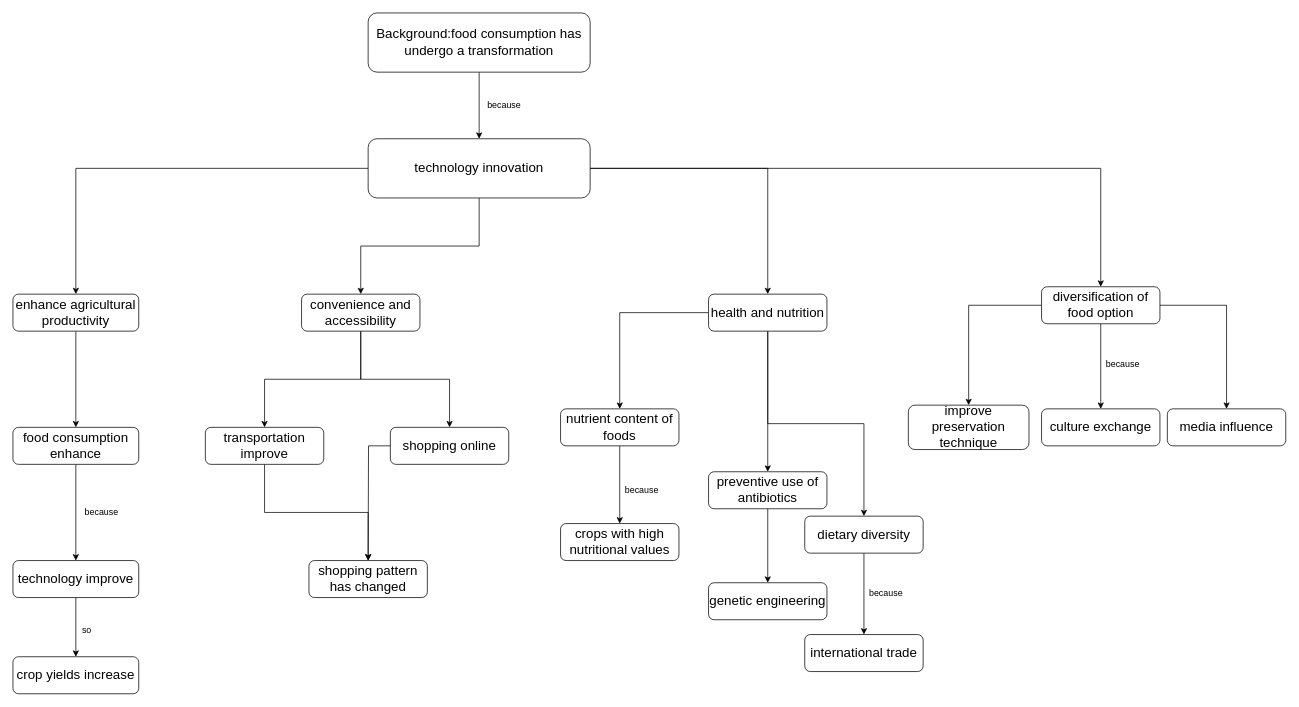
Before: taxtmap.drawio in Hu1999824/hello-world, a draw.io diagram. Source tidied: cells renumbered, new cells numbered last; positions are measured from the earlier drawing's top-left corner, leaving out a move shared by most shapes. Both pictures are drawn from the tidied source at 74%, with x=0, y=0 at pixel (13, 13).
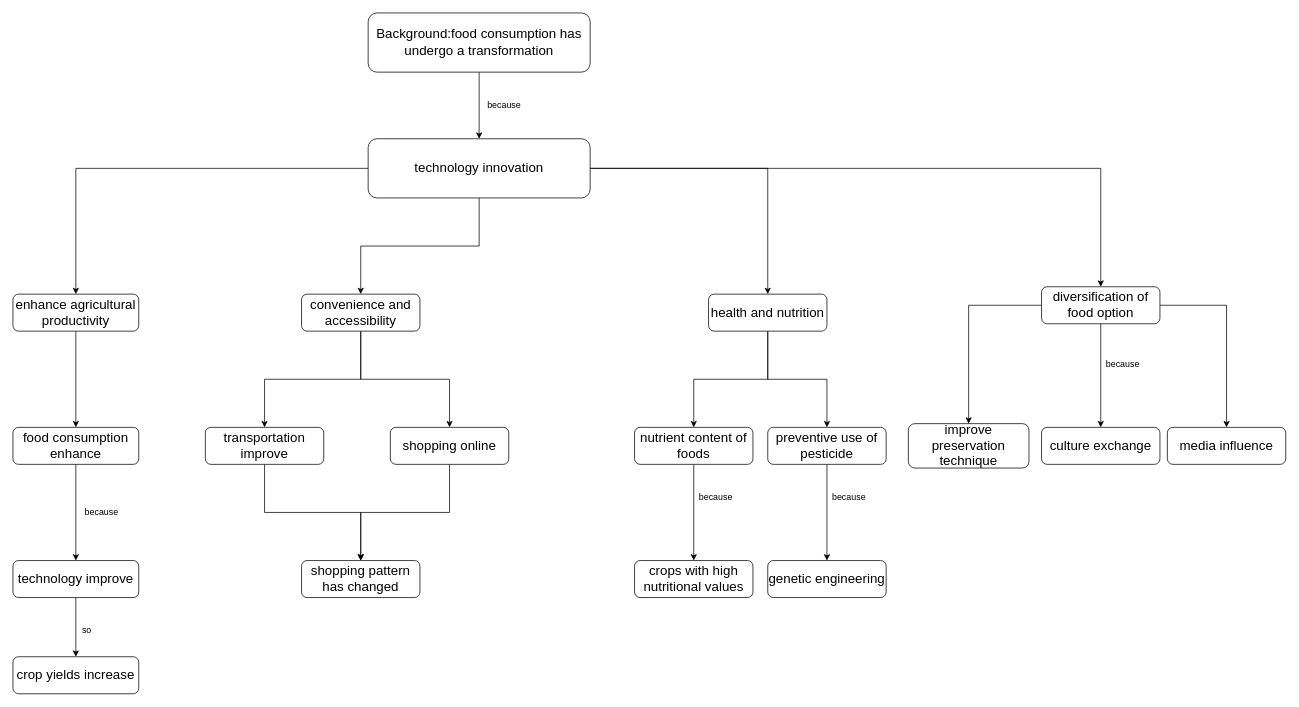
After the change.

The change refers to these unchanged cells:
```xml
<mxCell id="20" value="&lt;font style=&quot;font-size: 18px;&quot;&gt;transportation improve&lt;/font&gt;" style="rounded=1;whiteSpace=wrap;html=1;fontSize=12;glass=0;strokeWidth=1;shadow=0;" parent="1" vertex="1">
  <mxGeometry x="260" y="560" width="160" height="50" as="geometry" />
</mxCell>
<mxCell id="22" value="&lt;font style=&quot;font-size: 18px;&quot;&gt;shopping online&lt;/font&gt;" style="rounded=1;whiteSpace=wrap;html=1;fontSize=12;glass=0;strokeWidth=1;shadow=0;" parent="1" vertex="1">
  <mxGeometry x="510" y="560" width="160" height="50" as="geometry" />
</mxCell>
<mxCell id="27" value="&lt;font style=&quot;font-size: 18px;&quot;&gt;health and nutrition&lt;/font&gt;" style="rounded=1;whiteSpace=wrap;html=1;fontSize=12;glass=0;strokeWidth=1;shadow=0;" parent="1" vertex="1">
  <mxGeometry x="940" y="380" width="160" height="50" as="geometry" />
</mxCell>
```

Change to the diagram source:
```diff
@@
-    <mxCell id="19" style="edgeStyle=orthogonalEdgeStyle;rounded=0;jettySize=auto;html=1;" parent="1" edge="1" source="20" target="23">
+    <mxCell id="19" style="edgeStyle=orthogonalEdgeStyle;rounded=0;jettySize=auto;html=1;entryX=0.5;entryY=0;entryDx=0;entryDy=0;" parent="1" edge="1" source="20" target="23">
       <mxGeometry relative="1" as="geometry" />
     </mxCell>
@@
-    <mxCell id="21" style="edgeStyle=orthogonalEdgeStyle;rounded=0;jettySize=auto;html=1;" parent="1" edge="1" source="22">
-      <mxGeometry relative="1" as="geometry">
-        <mxPoint x="480" y="740" as="targetPoint" />
-      </mxGeometry>
-    </mxCell>
+    <mxCell id="50" style="edgeStyle=orthogonalEdgeStyle;rounded=0;jettySize=auto;html=1;entryX=0.5;entryY=0;entryDx=0;entryDy=0;" parent="1" edge="1" source="22" target="23">
+      <mxGeometry relative="1" as="geometry" />
+    </mxCell>
@@
     <mxCell id="23" value="&lt;font style=&quot;font-size: 18px;&quot;&gt;shopping pattern has changed&lt;/font&gt;" style="rounded=1;whiteSpace=wrap;html=1;fontSize=12;glass=0;strokeWidth=1;shadow=0;" parent="1" vertex="1">
-      <mxGeometry x="400" y="740" width="160" height="50" as="geometry" />
+      <mxGeometry x="390" y="740" width="160" height="50" as="geometry" />
     </mxCell>
@@
-    <mxCell id="26" style="edgeStyle=orthogonalEdgeStyle;rounded=0;jettySize=auto;html=1;" parent="1" edge="1" source="27" target="40">
-      <mxGeometry relative="1" as="geometry" />
-    </mxCell>
@@
     <mxCell id="35" value="&lt;font style=&quot;font-size: 18px;&quot;&gt;improve preservation technique&lt;/font&gt;" style="rounded=1;whiteSpace=wrap;html=1;fontSize=12;glass=0;strokeWidth=1;shadow=0;" parent="1" vertex="1">
-      <mxGeometry x="1210" y="530" width="163" height="60" as="geometry" />
+      <mxGeometry x="1210" y="555" width="163" height="60" as="geometry" />
     </mxCell>
     <mxCell id="36" value="&lt;font style=&quot;font-size: 18px;&quot;&gt;culture exchange&lt;/font&gt;" style="rounded=1;whiteSpace=wrap;html=1;fontSize=12;glass=0;strokeWidth=1;shadow=0;" parent="1" vertex="1">
-      <mxGeometry x="1390" y="535" width="160" height="50" as="geometry" />
+      <mxGeometry x="1390" y="560" width="160" height="50" as="geometry" />
     </mxCell>
     <mxCell id="37" value="&lt;font style=&quot;font-size: 18px;&quot;&gt;media influence&lt;/font&gt;" style="rounded=1;whiteSpace=wrap;html=1;fontSize=12;glass=0;strokeWidth=1;shadow=0;" parent="1" vertex="1">
-      <mxGeometry x="1560" y="535" width="160" height="50" as="geometry" />
+      <mxGeometry x="1560" y="560" width="160" height="50" as="geometry" />
     </mxCell>
@@
-    <mxCell id="39" style="edgeStyle=orthogonalEdgeStyle;rounded=0;jettySize=auto;html=1;" parent="1" edge="1" source="40" target="41">
-      <mxGeometry relative="1" as="geometry" />
-    </mxCell>
-    <mxCell id="40" value="&lt;font style=&quot;font-size: 18px;&quot;&gt;dietary diversity&lt;/font&gt;" style="rounded=1;whiteSpace=wrap;html=1;fontSize=12;glass=0;strokeWidth=1;shadow=0;" parent="1" vertex="1">
-      <mxGeometry x="1070" y="680" width="160" height="50" as="geometry" />
-    </mxCell>
-    <mxCell id="41" value="&lt;font style=&quot;font-size: 18px;&quot;&gt;international trade&lt;/font&gt;" style="rounded=1;whiteSpace=wrap;html=1;fontSize=12;glass=0;strokeWidth=1;shadow=0;" parent="1" vertex="1">
-      <mxGeometry x="1070" y="840" width="160" height="50" as="geometry" />
-    </mxCell>
-    <mxCell id="42" value="because" style="text;strokeColor=none;align=center;fillColor=none;html=1;verticalAlign=middle;whiteSpace=wrap;rounded=0;" parent="1" vertex="1">
-      <mxGeometry x="1150" y="770" width="60" height="30" as="geometry" />
-    </mxCell>
@@
     <mxCell id="44" value="&lt;font style=&quot;font-size: 18px;&quot;&gt;nutrient content of foods&lt;/font&gt;" style="rounded=1;whiteSpace=wrap;html=1;fontSize=12;glass=0;strokeWidth=1;shadow=0;" parent="1" vertex="1">
-      <mxGeometry x="740" y="535" width="160" height="50" as="geometry" />
+      <mxGeometry x="840" y="560" width="160" height="50" as="geometry" />
     </mxCell>
     <mxCell id="45" value="&lt;font style=&quot;font-size: 18px;&quot;&gt;crops with high nutritional values&lt;/font&gt;" style="rounded=1;whiteSpace=wrap;html=1;fontSize=12;glass=0;strokeWidth=1;shadow=0;" parent="1" vertex="1">
-      <mxGeometry x="740" y="690" width="160" height="50" as="geometry" />
+      <mxGeometry x="840" y="740" width="160" height="50" as="geometry" />
     </mxCell>
     <mxCell id="46" value="because" style="text;strokeColor=none;align=center;fillColor=none;html=1;verticalAlign=middle;whiteSpace=wrap;rounded=0;" parent="1" vertex="1">
-      <mxGeometry x="820" y="630" width="60" height="30" as="geometry" />
+      <mxGeometry x="920" y="640" width="60" height="30" as="geometry" />
     </mxCell>
@@
-    <mxCell id="48" value="&lt;span style=&quot;font-size: 18px;&quot;&gt;preventive use of antibiotics&lt;/span&gt;" style="rounded=1;whiteSpace=wrap;html=1;fontSize=12;glass=0;strokeWidth=1;shadow=0;" parent="1" vertex="1">
-      <mxGeometry x="940" y="620" width="160" height="50" as="geometry" />
+    <mxCell id="48" value="&lt;span style=&quot;font-size: 18px;&quot;&gt;preventive use of pesticide&lt;/span&gt;" style="rounded=1;whiteSpace=wrap;html=1;fontSize=12;glass=0;strokeWidth=1;shadow=0;" parent="1" vertex="1">
+      <mxGeometry x="1020" y="560" width="160" height="50" as="geometry" />
     </mxCell>
     <mxCell id="49" value="&lt;span style=&quot;font-size: 18px;&quot;&gt;genetic engineering&lt;/span&gt;" style="rounded=1;whiteSpace=wrap;html=1;fontSize=12;glass=0;strokeWidth=1;shadow=0;" parent="1" vertex="1">
-      <mxGeometry x="940" y="770" width="160" height="50" as="geometry" />
+      <mxGeometry x="1020" y="740" width="160" height="50" as="geometry" />
     </mxCell>
+    <mxCell id="42" value="because" style="text;strokeColor=none;align=center;fillColor=none;html=1;verticalAlign=middle;whiteSpace=wrap;rounded=0;" parent="1" vertex="1">
+      <mxGeometry x="1100" y="640" width="60" height="30" as="geometry" />
+    </mxCell>
```
